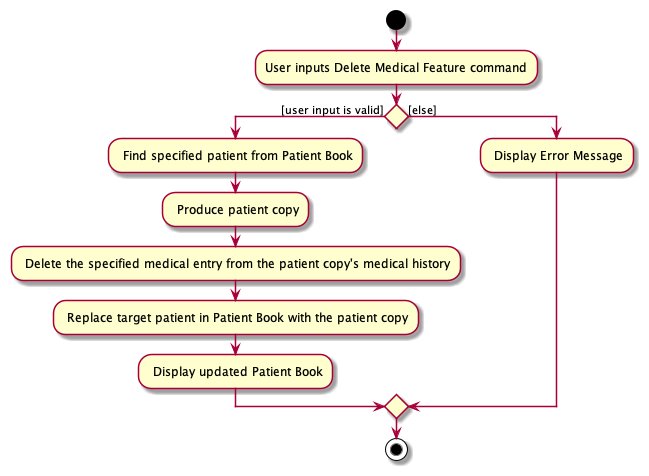
This is docs/diagrams/DeleteMedicalEntryFeatureActivityDiagram.png from AY2122S1-CS2103-W14-1/tp, a PlantUML export, as it was before one commit.
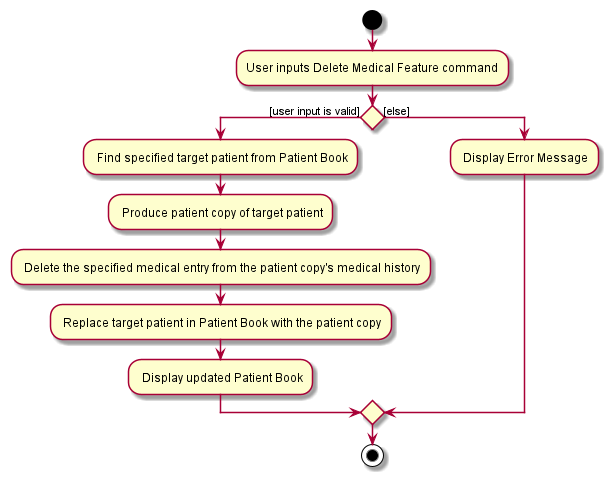
Above is the later version.

Change to the diagram source:
```diff
@@ -3,8 +3,8 @@
 start
 :User inputs Delete Medical Feature command;
 if () then ([user input is valid])
-: Find specified patient from Patient Book;
-: Produce patient copy;
+: Find specified target patient from Patient Book;
+: Produce patient copy of target patient;
 : Delete the specified medical entry from the patient copy's medical history;
 : Replace target patient in Patient Book with the patient copy;
 : Display updated Patient Book;
```
